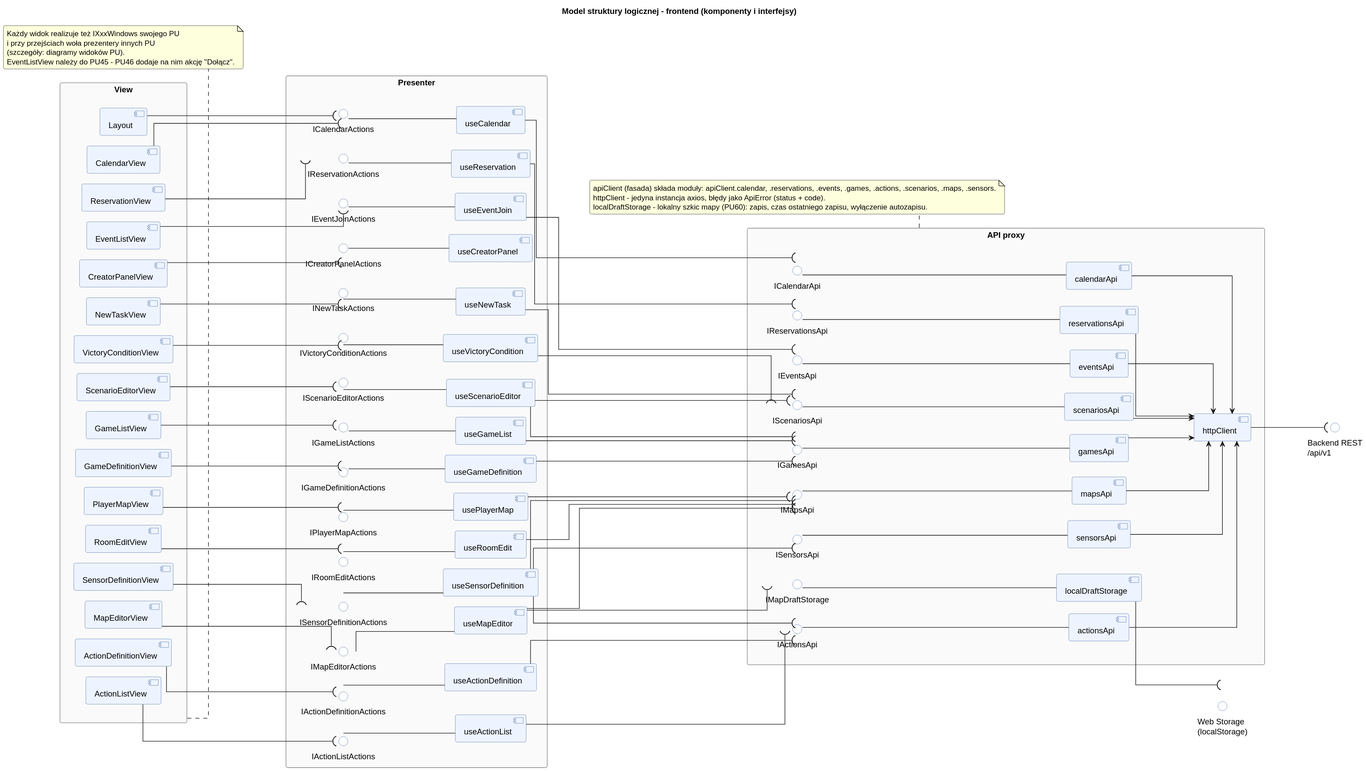
This is diagrams/rendered/logic_structure_frontend.svg from Igor-Ochocki/POP-2026Z, a PlantUML export, as it was before one commit. Its diagram source:
```plantuml
@startuml
left to right direction
skinparam componentStyle uml2
skinparam packageStyle rectangle
skinparam shadowing false
skinparam roundcorner 6
skinparam linetype ortho
skinparam nodesep 18
skinparam ranksep 90
skinparam package {
    BackgroundColor #FAFAFA
    BorderColor #888888
}
skinparam component {
    BackgroundColor #EEF4FF
    BorderColor #4A6FA5
}
skinparam interface {
    BackgroundColor #FFFFFF
    BorderColor #4A6FA5
}

title Model struktury logicznej - frontend (komponenty i interfejsy)

package "View" as V {
    component [Layout] as V_Layout
    component [CalendarView] as V_Calendar
    component [ReservationView] as V_Reservation
    component [EventListView] as V_EventList
    component [CreatorPanelView] as V_Creator
    component [GameListView] as V_GameList
    component [GameDefinitionView] as V_GameDef
    component [ActionDefinitionView] as V_Action
    component [ActionListView] as V_ActionList
    component [ScenarioEditorView] as V_Scenario
    component [NewTaskView] as V_NewTask
    component [VictoryConditionView] as V_Victory
    component [MapEditorView] as V_MapEditor
    component [RoomEditView] as V_RoomEdit
    component [SensorDefinitionView] as V_Sensor
    component [PlayerMapView] as V_PlayerMap
}

package "Presenter" as P {
    () "ICalendarActions" as I_Calendar
    () "IReservationActions" as I_Reservation
    () "IEventJoinActions" as I_EventJoin
    () "ICreatorPanelActions" as I_Creator
    () "IGameListActions" as I_GameList
    () "IGameDefinitionActions" as I_GameDef
    () "IActionDefinitionActions" as I_Action
    () "IActionListActions" as I_ActionList
    () "IScenarioEditorActions" as I_Scenario
    () "INewTaskActions" as I_NewTask
    () "IVictoryConditionActions" as I_Victory
    () "IMapEditorActions" as I_MapEditor
    () "IRoomEditActions" as I_RoomEdit
    () "ISensorDefinitionActions" as I_Sensor
    () "IPlayerMapActions" as I_PlayerMap

    component [useCalendar] as P_Calendar
    component [useReservation] as P_Reservation
    component [useEventJoin] as P_EventJoin
    component [useCreatorPanel] as P_Creator
    component [useGameList] as P_GameList
    component [useGameDefinition] as P_GameDef
    component [useActionDefinition] as P_Action
    component [useActionList] as P_ActionList
    component [useScenarioEditor] as P_Scenario
    component [useNewTask] as P_NewTask
    component [useVictoryCondition] as P_Victory
    component [useMapEditor] as P_MapEditor
    component [useRoomEdit] as P_RoomEdit
    component [useSensorDefinition] as P_Sensor
    component [usePlayerMap] as P_PlayerMap

    I_Calendar -- P_Calendar
    I_Reservation -- P_Reservation
    I_EventJoin -- P_EventJoin
    I_Creator -- P_Creator
    I_GameList -- P_GameList
    I_GameDef -- P_GameDef
    I_Action -- P_Action
    I_ActionList -- P_ActionList
    I_Scenario -- P_Scenario
    I_NewTask -- P_NewTask
    I_Victory -- P_Victory
    I_MapEditor -- P_MapEditor
    I_RoomEdit -- P_RoomEdit
    I_Sensor -- P_Sensor
    I_PlayerMap -- P_PlayerMap
}

package "API proxy" as A {
    () "ICalendarApi" as IA_Calendar
    () "IReservationsApi" as IA_Reservations
    () "IEventsApi" as IA_Events
    () "IGamesApi" as IA_Games
    () "IActionsApi" as IA_Actions
    () "IScenariosApi" as IA_Scenarios
    () "IMapsApi" as IA_Maps
    () "ISensorsApi" as IA_Sensors
    () "IMapDraftStorage" as IA_Draft

    component [calendarApi] as A_Calendar
    component [reservationsApi] as A_Reservations
    component [eventsApi] as A_Events
    component [gamesApi] as A_Games
    component [actionsApi] as A_Actions
    component [scenariosApi] as A_Scenarios
    component [mapsApi] as A_Maps
    component [sensorsApi] as A_Sensors
    component [localDraftStorage] as A_Draft
    component [httpClient] as A_Http

    IA_Calendar -- A_Calendar
    IA_Reservations -- A_Reservations
    IA_Events -- A_Events
    IA_Games -- A_Games
    IA_Actions -- A_Actions
    IA_Scenarios -- A_Scenarios
    IA_Maps -- A_Maps
    IA_Sensors -- A_Sensors
    IA_Draft -- A_Draft

    A_Calendar --> A_Http
    A_Reservations --> A_Http
    A_Events --> A_Http
    A_Games --> A_Http
    A_Actions --> A_Http
    A_Scenarios --> A_Http
    A_Maps --> A_Http
    A_Sensors --> A_Http
}

() "Backend REST\n/api/v1" as REST
() "Web Storage\n(localStorage)" as LS
A_Http --( REST
A_Draft --( LS

V_Calendar --( I_Calendar
V_Reservation --( I_Reservation
V_Creator --( I_Creator
V_GameList --( I_GameList
V_GameDef --( I_GameDef
V_Action --( I_Action
V_ActionList --( I_ActionList
V_Scenario --( I_Scenario
V_NewTask --( I_NewTask
V_Victory --( I_Victory
V_MapEditor --( I_MapEditor
V_RoomEdit --( I_RoomEdit
V_Sensor --( I_Sensor
V_PlayerMap --( I_PlayerMap

V_Layout --( I_Calendar
V_EventList --( I_EventJoin

P_Calendar --( IA_Calendar
P_Reservation --( IA_Reservations
P_EventJoin --( IA_Events
P_GameList --( IA_Games
P_GameDef --( IA_Games
P_Action --( IA_Actions
P_ActionList --( IA_Actions
P_Scenario --( IA_Games
P_Scenario --( IA_Scenarios
P_NewTask --( IA_Scenarios
P_Victory --( IA_Scenarios
P_MapEditor --( IA_Maps
P_MapEditor --( IA_Draft
P_RoomEdit --( IA_Maps
P_Sensor --( IA_Sensors
P_Sensor --( IA_Maps
P_Sensor --( IA_Actions
P_PlayerMap --( IA_Maps

note bottom of A
    apiClient (fasada) składa moduły: apiClient.calendar, .reservations, .events, .games, .actions, .scenarios, .maps, .sensors.
    httpClient - jedyna instancja axios, błędy jako ApiError (status + code).
    localDraftStorage - lokalny szkic mapy (PU60): zapis, czas ostatniego zapisu, wyłączenie autozapisu.
end note

note bottom of V
    Każdy widok realizuje też IXxxWindows swojego PU
    i przy przejściach woła prezentery innych PU
    (szczegóły: diagramy widoków PU).
    EventListView należy do PU45 - PU46 dodaje na nim akcję "Dołącz".
end note
@enduml
```
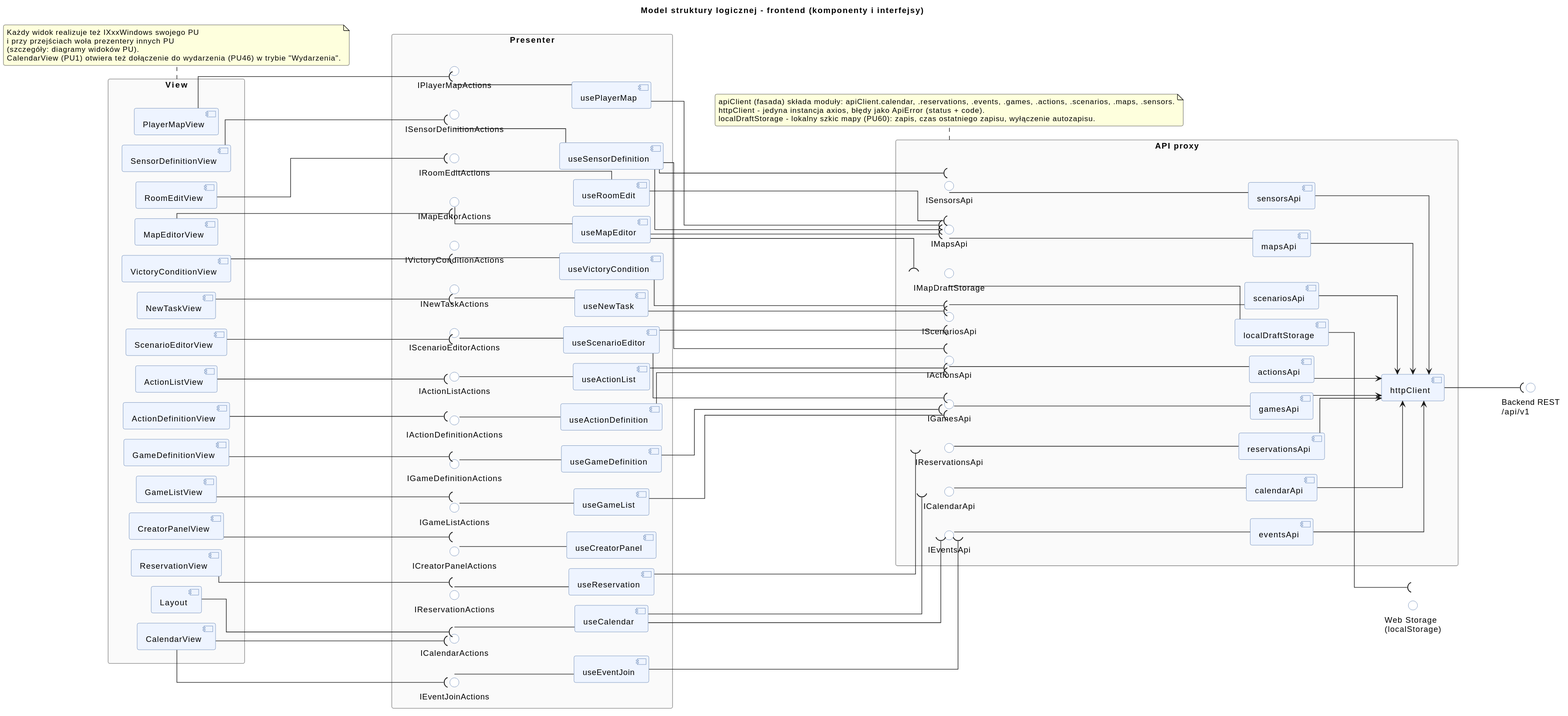
Later version of the same file.

Diff of the diagram source:
```diff
@@ -26,7 +26,6 @@
     component [Layout] as V_Layout
     component [CalendarView] as V_Calendar
     component [ReservationView] as V_Reservation
-    component [EventListView] as V_EventList
     component [CreatorPanelView] as V_Creator
     component [GameListView] as V_GameList
     component [GameDefinitionView] as V_GameDef
@@ -139,6 +138,7 @@
 A_Draft --( LS
 
 V_Calendar --( I_Calendar
+V_Calendar --( I_EventJoin
 V_Reservation --( I_Reservation
 V_Creator --( I_Creator
 V_GameList --( I_GameList
@@ -154,9 +154,9 @@
 V_PlayerMap --( I_PlayerMap
 
 V_Layout --( I_Calendar
-V_EventList --( I_EventJoin
 
 P_Calendar --( IA_Calendar
+P_Calendar --( IA_Events
 P_Reservation --( IA_Reservations
 P_EventJoin --( IA_Events
 P_GameList --( IA_Games
@@ -185,6 +185,6 @@
     Każdy widok realizuje też IXxxWindows swojego PU
     i przy przejściach woła prezentery innych PU
     (szczegóły: diagramy widoków PU).
-    EventListView należy do PU45 - PU46 dodaje na nim akcję "Dołącz".
+    CalendarView (PU1) otwiera też dołączenie do wydarzenia (PU46) w trybie "Wydarzenia".
 end note
 @enduml
```
